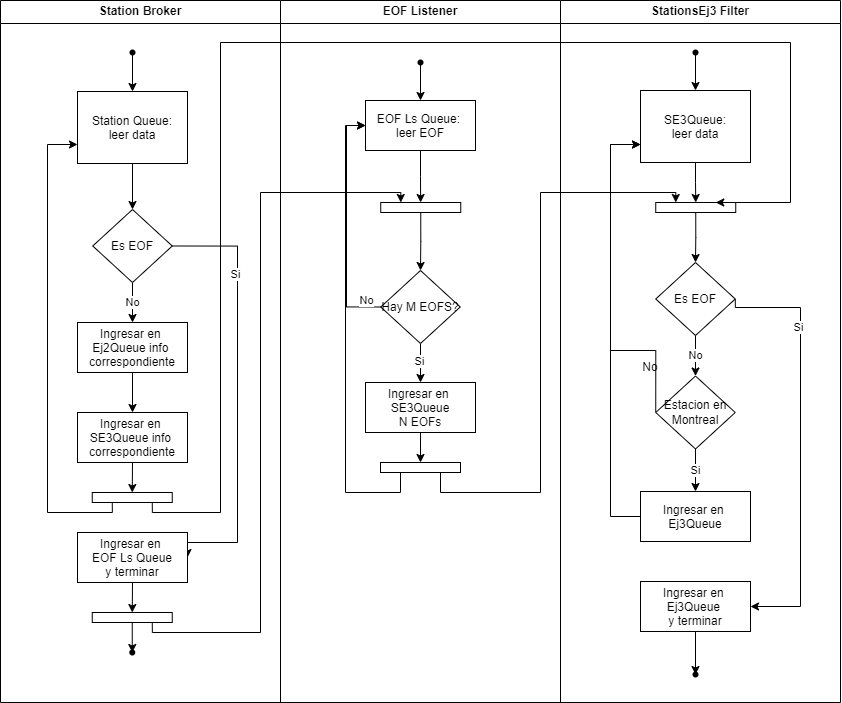
Above: Diagramas/Diagrama_de_Actividades_2.png in joaquinhojman/DistribuidosI-TP1 (draw.io), before the change. Source tidied: cells renumbered, new cells last; positions are measured from the earlier drawing's top-left corner, leaving out a move shared by most shapes.
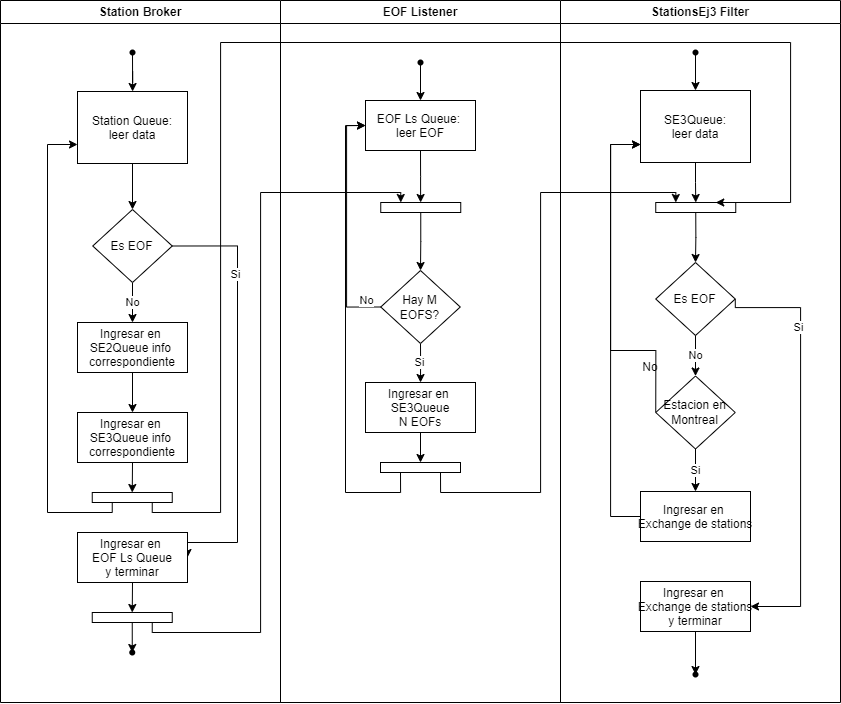
After the change.

Diff of the diagram source:
```diff
@@ -41,7 +41,7 @@
     <mxCell id="10" style="edgeStyle=orthogonalEdgeStyle;rounded=0;jettySize=auto;html=1;exitX=0.5;exitY=1;exitDx=0;exitDy=0;entryX=0.5;entryY=0;entryDx=0;entryDy=0;" parent="2" edge="1" source="11" target="15">
       <mxGeometry relative="1" as="geometry" />
     </mxCell>
-    <mxCell id="11" value="Ingresar en &#10;Ej2Queue info &#10;correspondiente" parent="2" vertex="1">
+    <mxCell id="11" value="Ingresar en &#10;SE2Queue info &#10;correspondiente" parent="2" vertex="1">
       <mxGeometry x="77" y="322" width="110" height="50" as="geometry" />
     </mxCell>
     <mxCell id="12" style="edgeStyle=orthogonalEdgeStyle;rounded=0;jettySize=auto;html=1;exitX=0.5;exitY=1;exitDx=0;exitDy=0;entryX=0.5;entryY=0;entryDx=0;entryDy=0;" parent="2" edge="1" source="13" target="21">
@@ -181,7 +181,7 @@
         </Array>
       </mxGeometry>
     </mxCell>
-    <mxCell id="47" value="Ingresar en &#10;Ej3Queue" parent="39" vertex="1">
+    <mxCell id="47" value="Ingresar en &#10;Exchange de stations" parent="39" vertex="1">
       <mxGeometry x="80" y="491" width="110" height="50" as="geometry" />
     </mxCell>
     <mxCell id="48" value="Si" style="edgeStyle=orthogonalEdgeStyle;rounded=0;jettySize=auto;html=1;exitX=0.5;exitY=1;exitDx=0;exitDy=0;entryX=0.5;entryY=0;entryDx=0;entryDy=0;" parent="39" edge="1" source="44" target="47">
@@ -193,7 +193,7 @@
     <mxCell id="50" style="edgeStyle=orthogonalEdgeStyle;rounded=0;jettySize=auto;html=1;exitX=0.5;exitY=1;exitDx=0;exitDy=0;" parent="39" edge="1" source="51" target="56">
       <mxGeometry relative="1" as="geometry" />
     </mxCell>
-    <mxCell id="51" value="Ingresar en &#10;Ej3Queue &#10;y terminar" parent="39" vertex="1">
+    <mxCell id="51" value="Ingresar en &#10;Exchange de stations &#10;y terminar" parent="39" vertex="1">
       <mxGeometry x="80" y="581" width="110" height="50" as="geometry" />
     </mxCell>
     <mxCell id="52" style="edgeStyle=orthogonalEdgeStyle;rounded=0;jettySize=auto;html=1;exitX=1;exitY=0.5;exitDx=0;exitDy=0;entryX=1;entryY=0.5;entryDx=0;entryDy=0;" parent="39" edge="1" source="42" target="51">
```
